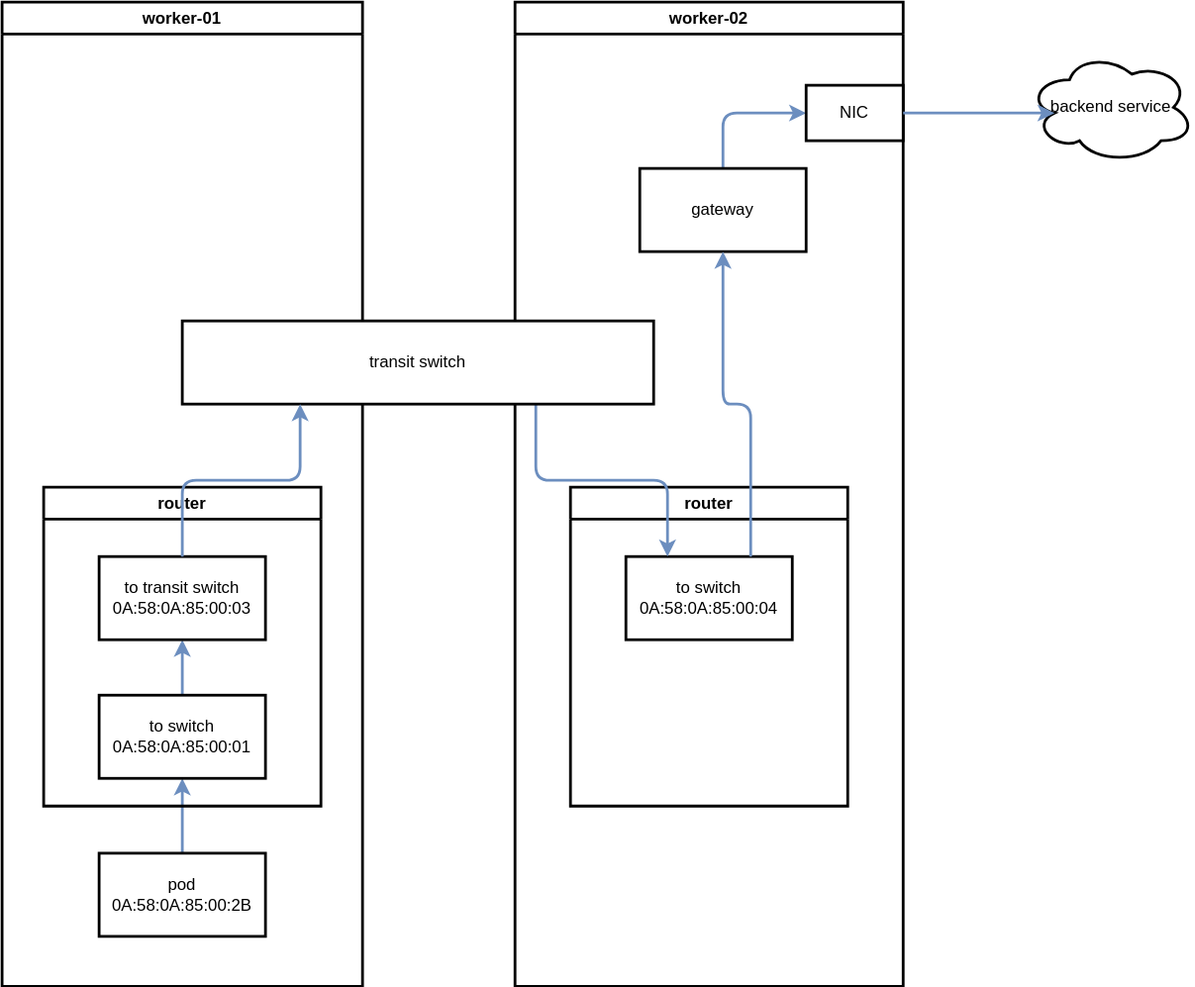
Before: redhat/ocp4/4.14/dia/4.14.netobserv.case.drawio.svg, a diagram exported from draw.io (wangzheng422/docker_env). Source tidied: cells renumbered, new cells last; positions are measured from the earlier drawing's top-left corner, leaving out a move shared by most shapes.
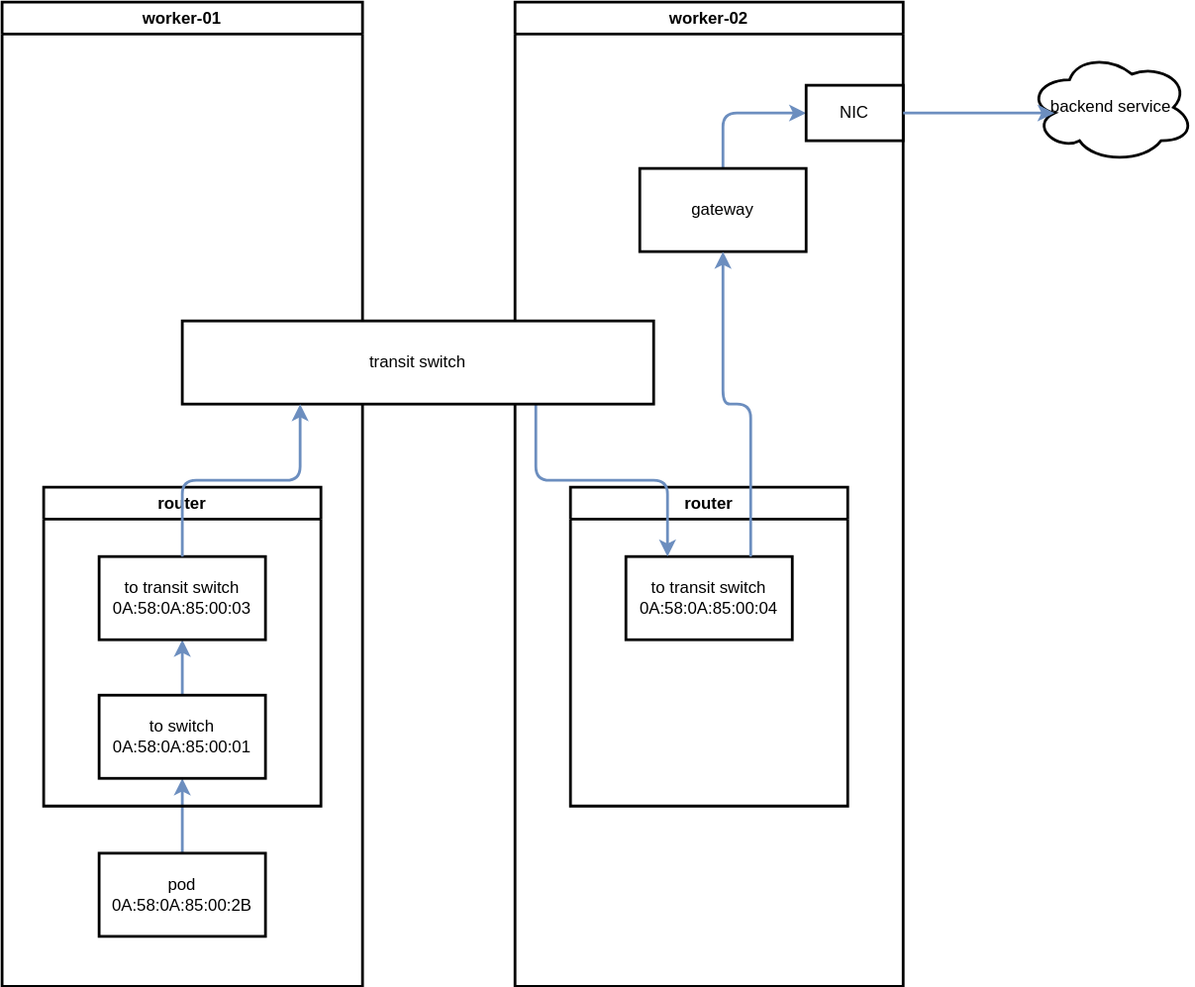
Above is the later version.

What changed in the source:
```diff
@@ -29,7 +29,7 @@
     <mxCell id="10" value="router" style="swimlane;whiteSpace=wrap;html=1;strokeWidth=2;" parent="9" vertex="1">
       <mxGeometry x="40" y="350" width="200" height="230" as="geometry" />
     </mxCell>
-    <mxCell id="11" value="to switch&lt;br&gt;0A:58:0A:85:00:04" style="rounded=0;whiteSpace=wrap;html=1;strokeWidth=2;" parent="10" vertex="1">
+    <mxCell id="11" value="to transit switch&lt;br&gt;0A:58:0A:85:00:04" style="rounded=0;whiteSpace=wrap;html=1;strokeWidth=2;" parent="10" vertex="1">
       <mxGeometry x="40" y="50" width="120" height="60" as="geometry" />
     </mxCell>
     <mxCell id="12" style="edgeStyle=orthogonalEdgeStyle;html=1;entryX=0;entryY=0.5;entryDx=0;entryDy=0;strokeWidth=2;fillColor=#dae8fc;strokeColor=#6c8ebf;" parent="9" edge="1" source="13" target="14">
```
